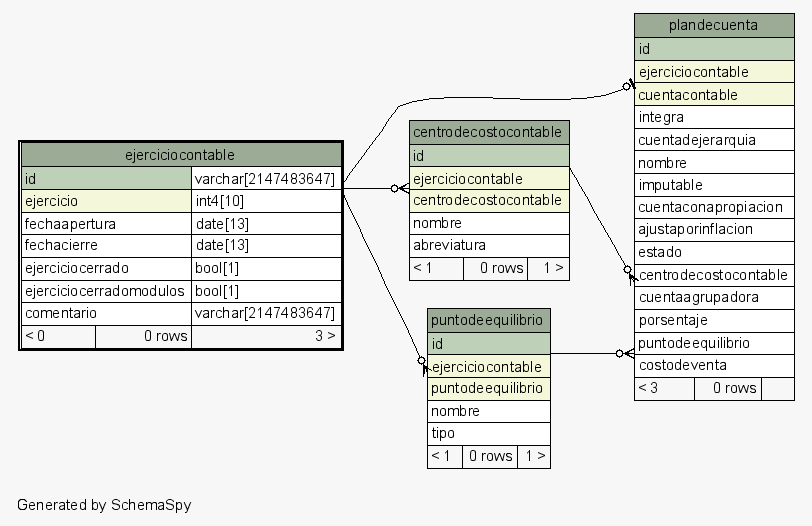
Above: sql/postgresql/schemaSpy/salida/diagrams/ejerciciocontable.1degree.png in sebaalvarez/massoftware (Graphviz), before the change. Its source is kept beside it as sql/postgresql/schemaSpy/salida/diagrams/ejerciciocontable.1degree.dot. Source of this version:
```dot
digraph "oneDegreeRelationshipsDiagram" {
  graph [
    rankdir="RL"
    bgcolor="#f7f7f7"
    label="\nGenerated by SchemaSpy"
    labeljust="l"
    nodesep="0.18"
    ranksep="0.46"
    fontname="Helvetica"
    fontsize="11"
  ];
  node [
    fontname="Helvetica"
    fontsize="11"
    shape="plaintext"
  ];
  edge [
    arrowsize="0.8"
  ];
  "centrodecostocontable":"ejerciciocontable":sw -> "ejerciciocontable":"id.type":se [arrowhead=none dir=back arrowtail=crowodot];
  "plandecuenta":"centrodecostocontable":sw -> "centrodecostocontable":"id":se [arrowhead=none dir=back arrowtail=crowodot];
  "plandecuenta":"ejerciciocontable":sw -> "ejerciciocontable":"id.type":se [arrowhead=none dir=back arrowtail=teeodot];
  "plandecuenta":"puntodeequilibrio":sw -> "puntodeequilibrio":"id":se [arrowhead=none dir=back arrowtail=crowodot];
  "puntodeequilibrio":"ejerciciocontable":sw -> "ejerciciocontable":"id.type":se [arrowhead=none dir=back arrowtail=crowodot];
  "centrodecostocontable" [
    label=<
    <TABLE BORDER="0" CELLBORDER="1" CELLSPACING="0" BGCOLOR="#ffffff">
      <TR><TD COLSPAN="3" BGCOLOR="#9bab96" ALIGN="CENTER">centrodecostocontable</TD></TR>
      <TR><TD PORT="id" COLSPAN="3" BGCOLOR="#bed1b8" ALIGN="LEFT">id</TD></TR>
      <TR><TD PORT="ejerciciocontable" COLSPAN="3" BGCOLOR="#f4f7da" ALIGN="LEFT">ejerciciocontable</TD></TR>
      <TR><TD PORT="centrodecostocontable" COLSPAN="3" BGCOLOR="#f4f7da" ALIGN="LEFT">centrodecostocontable</TD></TR>
      <TR><TD PORT="nombre" COLSPAN="3" ALIGN="LEFT">nombre</TD></TR>
      <TR><TD PORT="abreviatura" COLSPAN="3" ALIGN="LEFT">abreviatura</TD></TR>
      <TR><TD ALIGN="LEFT" BGCOLOR="#f7f7f7">&lt; 1</TD><TD ALIGN="RIGHT" BGCOLOR="#f7f7f7">0 rows</TD><TD ALIGN="RIGHT" BGCOLOR="#f7f7f7">1 &gt;</TD></TR>
    </TABLE>>
    URL="centrodecostocontable.html"
    tooltip="centrodecostocontable"
  ];
  "ejerciciocontable" [
    label=<
    <TABLE BORDER="2" CELLBORDER="1" CELLSPACING="0" BGCOLOR="#ffffff">
      <TR><TD COLSPAN="3" BGCOLOR="#9bab96" ALIGN="CENTER">ejerciciocontable</TD></TR>
      <TR><TD PORT="id" COLSPAN="2" BGCOLOR="#bed1b8" ALIGN="LEFT">id</TD><TD PORT="id.type" ALIGN="LEFT">varchar[2147483647]</TD></TR>
      <TR><TD PORT="ejercicio" COLSPAN="2" BGCOLOR="#f4f7da" ALIGN="LEFT">ejercicio</TD><TD PORT="ejercicio.type" ALIGN="LEFT">int4[10]</TD></TR>
      <TR><TD PORT="fechaapertura" COLSPAN="2" ALIGN="LEFT">fechaapertura</TD><TD PORT="fechaapertura.type" ALIGN="LEFT">date[13]</TD></TR>
      <TR><TD PORT="fechacierre" COLSPAN="2" ALIGN="LEFT">fechacierre</TD><TD PORT="fechacierre.type" ALIGN="LEFT">date[13]</TD></TR>
      <TR><TD PORT="ejerciciocerrado" COLSPAN="2" ALIGN="LEFT">ejerciciocerrado</TD><TD PORT="ejerciciocerrado.type" ALIGN="LEFT">bool[1]</TD></TR>
      <TR><TD PORT="ejerciciocerradomodulos" COLSPAN="2" ALIGN="LEFT">ejerciciocerradomodulos</TD><TD PORT="ejerciciocerradomodulos.type" ALIGN="LEFT">bool[1]</TD></TR>
      <TR><TD PORT="comentario" COLSPAN="2" ALIGN="LEFT">comentario</TD><TD PORT="comentario.type" ALIGN="LEFT">varchar[2147483647]</TD></TR>
      <TR><TD ALIGN="LEFT" BGCOLOR="#f7f7f7">&lt; 0</TD><TD ALIGN="RIGHT" BGCOLOR="#f7f7f7">0 rows</TD><TD ALIGN="RIGHT" BGCOLOR="#f7f7f7">3 &gt;</TD></TR>
    </TABLE>>
    URL="ejerciciocontable.html"
    tooltip="ejerciciocontable"
  ];
  "plandecuenta" [
    label=<
    <TABLE BORDER="0" CELLBORDER="1" CELLSPACING="0" BGCOLOR="#ffffff">
      <TR><TD COLSPAN="3" BGCOLOR="#9bab96" ALIGN="CENTER">plandecuenta</TD></TR>
      <TR><TD PORT="id" COLSPAN="3" BGCOLOR="#bed1b8" ALIGN="LEFT">id</TD></TR>
      <TR><TD PORT="ejerciciocontable" COLSPAN="3" BGCOLOR="#f4f7da" ALIGN="LEFT">ejerciciocontable</TD></TR>
      <TR><TD PORT="cuentacontable" COLSPAN="3" BGCOLOR="#f4f7da" ALIGN="LEFT">cuentacontable</TD></TR>
      <TR><TD PORT="integra" COLSPAN="3" ALIGN="LEFT">integra</TD></TR>
      <TR><TD PORT="cuentadejerarquia" COLSPAN="3" ALIGN="LEFT">cuentadejerarquia</TD></TR>
      <TR><TD PORT="nombre" COLSPAN="3" ALIGN="LEFT">nombre</TD></TR>
      <TR><TD PORT="imputable" COLSPAN="3" ALIGN="LEFT">imputable</TD></TR>
      <TR><TD PORT="cuentaconapropiacion" COLSPAN="3" ALIGN="LEFT">cuentaconapropiacion</TD></TR>
      <TR><TD PORT="ajustaporinflacion" COLSPAN="3" ALIGN="LEFT">ajustaporinflacion</TD></TR>
      <TR><TD PORT="estado" COLSPAN="3" ALIGN="LEFT">estado</TD></TR>
      <TR><TD PORT="centrodecostocontable" COLSPAN="3" ALIGN="LEFT">centrodecostocontable</TD></TR>
      <TR><TD PORT="cuentaagrupadora" COLSPAN="3" ALIGN="LEFT">cuentaagrupadora</TD></TR>
      <TR><TD PORT="porsentaje" COLSPAN="3" ALIGN="LEFT">porsentaje</TD></TR>
      <TR><TD PORT="puntodeequilibrio" COLSPAN="3" ALIGN="LEFT">puntodeequilibrio</TD></TR>
      <TR><TD PORT="costodeventa" COLSPAN="3" ALIGN="LEFT">costodeventa</TD></TR>
      <TR><TD ALIGN="LEFT" BGCOLOR="#f7f7f7">&lt; 3</TD><TD ALIGN="RIGHT" BGCOLOR="#f7f7f7">0 rows</TD><TD ALIGN="RIGHT" BGCOLOR="#f7f7f7">  </TD></TR>
    </TABLE>>
    URL="plandecuenta.html"
    tooltip="plandecuenta"
  ];
  "puntodeequilibrio" [
    label=<
    <TABLE BORDER="0" CELLBORDER="1" CELLSPACING="0" BGCOLOR="#ffffff">
      <TR><TD COLSPAN="3" BGCOLOR="#9bab96" ALIGN="CENTER">puntodeequilibrio</TD></TR>
      <TR><TD PORT="id" COLSPAN="3" BGCOLOR="#bed1b8" ALIGN="LEFT">id</TD></TR>
      <TR><TD PORT="ejerciciocontable" COLSPAN="3" BGCOLOR="#f4f7da" ALIGN="LEFT">ejerciciocontable</TD></TR>
      <TR><TD PORT="puntodeequilibrio" COLSPAN="3" BGCOLOR="#f4f7da" ALIGN="LEFT">puntodeequilibrio</TD></TR>
      <TR><TD PORT="nombre" COLSPAN="3" ALIGN="LEFT">nombre</TD></TR>
      <TR><TD PORT="tipo" COLSPAN="3" ALIGN="LEFT">tipo</TD></TR>
      <TR><TD ALIGN="LEFT" BGCOLOR="#f7f7f7">&lt; 1</TD><TD ALIGN="RIGHT" BGCOLOR="#f7f7f7">0 rows</TD><TD ALIGN="RIGHT" BGCOLOR="#f7f7f7">1 &gt;</TD></TR>
    </TABLE>>
    URL="puntodeequilibrio.html"
    tooltip="puntodeequilibrio"
  ];
}
```
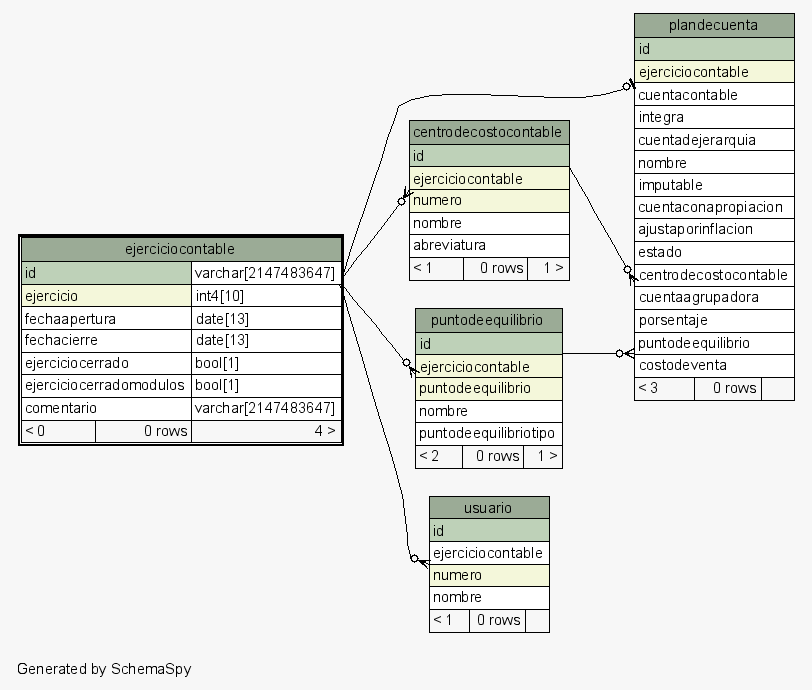
Later version of the same file.

Change to the diagram source:
```diff
@@ -22,13 +22,14 @@
   "plandecuenta":"ejerciciocontable":sw -> "ejerciciocontable":"id.type":se [arrowhead=none dir=back arrowtail=teeodot];
   "plandecuenta":"puntodeequilibrio":sw -> "puntodeequilibrio":"id":se [arrowhead=none dir=back arrowtail=crowodot];
   "puntodeequilibrio":"ejerciciocontable":sw -> "ejerciciocontable":"id.type":se [arrowhead=none dir=back arrowtail=crowodot];
+  "usuario":"ejerciciocontable":sw -> "ejerciciocontable":"id.type":se [arrowhead=none dir=back arrowtail=crowodot];
   "centrodecostocontable" [
     label=<
     <TABLE BORDER="0" CELLBORDER="1" CELLSPACING="0" BGCOLOR="#ffffff">
       <TR><TD COLSPAN="3" BGCOLOR="#9bab96" ALIGN="CENTER">centrodecostocontable</TD></TR>
       <TR><TD PORT="id" COLSPAN="3" BGCOLOR="#bed1b8" ALIGN="LEFT">id</TD></TR>
       <TR><TD PORT="ejerciciocontable" COLSPAN="3" BGCOLOR="#f4f7da" ALIGN="LEFT">ejerciciocontable</TD></TR>
-      <TR><TD PORT="centrodecostocontable" COLSPAN="3" BGCOLOR="#f4f7da" ALIGN="LEFT">centrodecostocontable</TD></TR>
+      <TR><TD PORT="numero" COLSPAN="3" BGCOLOR="#f4f7da" ALIGN="LEFT">numero</TD></TR>
       <TR><TD PORT="nombre" COLSPAN="3" ALIGN="LEFT">nombre</TD></TR>
       <TR><TD PORT="abreviatura" COLSPAN="3" ALIGN="LEFT">abreviatura</TD></TR>
       <TR><TD ALIGN="LEFT" BGCOLOR="#f7f7f7">&lt; 1</TD><TD ALIGN="RIGHT" BGCOLOR="#f7f7f7">0 rows</TD><TD ALIGN="RIGHT" BGCOLOR="#f7f7f7">1 &gt;</TD></TR>
@@ -47,7 +48,7 @@
       <TR><TD PORT="ejerciciocerrado" COLSPAN="2" ALIGN="LEFT">ejerciciocerrado</TD><TD PORT="ejerciciocerrado.type" ALIGN="LEFT">bool[1]</TD></TR>
       <TR><TD PORT="ejerciciocerradomodulos" COLSPAN="2" ALIGN="LEFT">ejerciciocerradomodulos</TD><TD PORT="ejerciciocerradomodulos.type" ALIGN="LEFT">bool[1]</TD></TR>
       <TR><TD PORT="comentario" COLSPAN="2" ALIGN="LEFT">comentario</TD><TD PORT="comentario.type" ALIGN="LEFT">varchar[2147483647]</TD></TR>
-      <TR><TD ALIGN="LEFT" BGCOLOR="#f7f7f7">&lt; 0</TD><TD ALIGN="RIGHT" BGCOLOR="#f7f7f7">0 rows</TD><TD ALIGN="RIGHT" BGCOLOR="#f7f7f7">3 &gt;</TD></TR>
+      <TR><TD ALIGN="LEFT" BGCOLOR="#f7f7f7">&lt; 0</TD><TD ALIGN="RIGHT" BGCOLOR="#f7f7f7">0 rows</TD><TD ALIGN="RIGHT" BGCOLOR="#f7f7f7">4 &gt;</TD></TR>
     </TABLE>>
     URL="ejerciciocontable.html"
     tooltip="ejerciciocontable"
@@ -58,7 +59,7 @@
       <TR><TD COLSPAN="3" BGCOLOR="#9bab96" ALIGN="CENTER">plandecuenta</TD></TR>
       <TR><TD PORT="id" COLSPAN="3" BGCOLOR="#bed1b8" ALIGN="LEFT">id</TD></TR>
       <TR><TD PORT="ejerciciocontable" COLSPAN="3" BGCOLOR="#f4f7da" ALIGN="LEFT">ejerciciocontable</TD></TR>
-      <TR><TD PORT="cuentacontable" COLSPAN="3" BGCOLOR="#f4f7da" ALIGN="LEFT">cuentacontable</TD></TR>
+      <TR><TD PORT="cuentacontable" COLSPAN="3" ALIGN="LEFT">cuentacontable</TD></TR>
       <TR><TD PORT="integra" COLSPAN="3" ALIGN="LEFT">integra</TD></TR>
       <TR><TD PORT="cuentadejerarquia" COLSPAN="3" ALIGN="LEFT">cuentadejerarquia</TD></TR>
       <TR><TD PORT="nombre" COLSPAN="3" ALIGN="LEFT">nombre</TD></TR>
@@ -84,10 +85,23 @@
       <TR><TD PORT="ejerciciocontable" COLSPAN="3" BGCOLOR="#f4f7da" ALIGN="LEFT">ejerciciocontable</TD></TR>
       <TR><TD PORT="puntodeequilibrio" COLSPAN="3" BGCOLOR="#f4f7da" ALIGN="LEFT">puntodeequilibrio</TD></TR>
       <TR><TD PORT="nombre" COLSPAN="3" ALIGN="LEFT">nombre</TD></TR>
-      <TR><TD PORT="tipo" COLSPAN="3" ALIGN="LEFT">tipo</TD></TR>
-      <TR><TD ALIGN="LEFT" BGCOLOR="#f7f7f7">&lt; 1</TD><TD ALIGN="RIGHT" BGCOLOR="#f7f7f7">0 rows</TD><TD ALIGN="RIGHT" BGCOLOR="#f7f7f7">1 &gt;</TD></TR>
+      <TR><TD PORT="puntodeequilibriotipo" COLSPAN="3" ALIGN="LEFT">puntodeequilibriotipo</TD></TR>
+      <TR><TD ALIGN="LEFT" BGCOLOR="#f7f7f7">&lt; 2</TD><TD ALIGN="RIGHT" BGCOLOR="#f7f7f7">0 rows</TD><TD ALIGN="RIGHT" BGCOLOR="#f7f7f7">1 &gt;</TD></TR>
     </TABLE>>
     URL="puntodeequilibrio.html"
     tooltip="puntodeequilibrio"
   ];
+  "usuario" [
+    label=<
+    <TABLE BORDER="0" CELLBORDER="1" CELLSPACING="0" BGCOLOR="#ffffff">
+      <TR><TD COLSPAN="3" BGCOLOR="#9bab96" ALIGN="CENTER">usuario</TD></TR>
+      <TR><TD PORT="id" COLSPAN="3" BGCOLOR="#bed1b8" ALIGN="LEFT">id</TD></TR>
+      <TR><TD PORT="ejerciciocontable" COLSPAN="3" ALIGN="LEFT">ejerciciocontable</TD></TR>
+      <TR><TD PORT="numero" COLSPAN="3" BGCOLOR="#f4f7da" ALIGN="LEFT">numero</TD></TR>
+      <TR><TD PORT="nombre" COLSPAN="3" ALIGN="LEFT">nombre</TD></TR>
+      <TR><TD ALIGN="LEFT" BGCOLOR="#f7f7f7">&lt; 1</TD><TD ALIGN="RIGHT" BGCOLOR="#f7f7f7">0 rows</TD><TD ALIGN="RIGHT" BGCOLOR="#f7f7f7">  </TD></TR>
+    </TABLE>>
+    URL="usuario.html"
+    tooltip="usuario"
+  ];
 }
```
